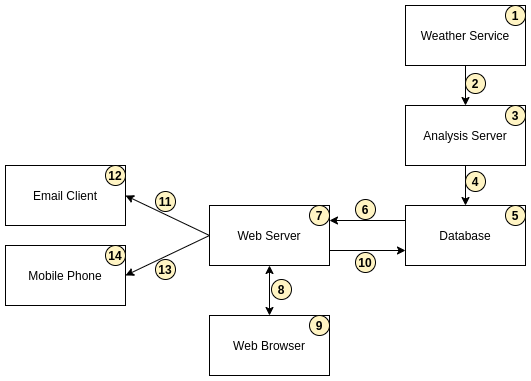
Before: docs/images/architecture_diagram.png, a diagram exported from draw.io (Biosystems-Analytics-Lab/shellcast). Source tidied: cells renumbered, new cells last; positions are measured from the earlier drawing's top-left corner, leaving out a move shared by most shapes.
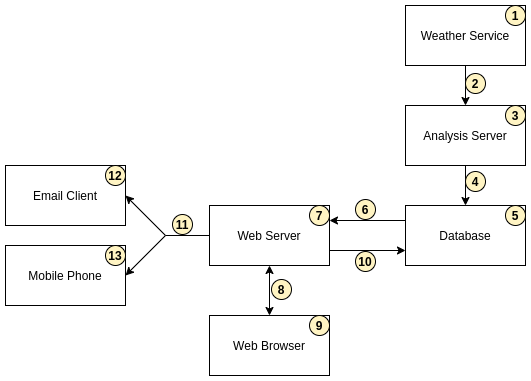
The same file after the commit.

Commit message:
Update architecture diagram

What changed in the source:
```diff
@@ -38,11 +38,15 @@
     <mxCell id="13" style="endArrow=classic;startArrow=classic;html=1;exitX=0.5;exitY=0;exitDx=0;exitDy=0;entryX=0.5;entryY=1;entryDx=0;entryDy=0;" parent="1" edge="1" source="2" target="3">
       <mxGeometry relative="1" as="geometry" />
     </mxCell>
-    <mxCell id="14" style="endArrow=classic;html=1;entryX=1;entryY=0.5;entryDx=0;entryDy=0;exitX=0;exitY=0.5;exitDx=0;exitDy=0;" parent="1" edge="1" source="3" target="7">
-      <mxGeometry relative="1" as="geometry" />
+    <mxCell id="14" style="endArrow=classic;html=1;entryX=1;entryY=0.5;entryDx=0;entryDy=0;" parent="1" edge="1" target="7">
+      <mxGeometry relative="1" as="geometry">
+        <mxPoint x="160" y="230" as="sourcePoint" />
+      </mxGeometry>
     </mxCell>
-    <mxCell id="15" style="endArrow=classic;html=1;entryX=1;entryY=0.5;entryDx=0;entryDy=0;exitX=0;exitY=0.5;exitDx=0;exitDy=0;" parent="1" edge="1" source="3" target="8">
-      <mxGeometry relative="1" as="geometry" />
+    <mxCell id="15" style="endArrow=classic;html=1;entryX=1;entryY=0.5;entryDx=0;entryDy=0;" parent="1" edge="1" target="8">
+      <mxGeometry relative="1" as="geometry">
+        <mxPoint x="160" y="230" as="sourcePoint" />
+      </mxGeometry>
     </mxCell>
     <mxCell id="16" value="&lt;b&gt;1&lt;/b&gt;" style="ellipse;whiteSpace=wrap;html=1;fillColor=#FFF4C3;align=center;" parent="1" vertex="1">
       <mxGeometry x="500" width="20" height="20" as="geometry" />
@@ -63,7 +67,7 @@
       <mxGeometry x="350" y="194" width="20" height="20" as="geometry" />
     </mxCell>
     <mxCell id="22" value="&lt;b&gt;10&lt;/b&gt;" style="ellipse;whiteSpace=wrap;html=1;fillColor=#FFF4C3;align=center;" parent="1" vertex="1">
-      <mxGeometry x="350" y="247" width="20" height="20" as="geometry" />
+      <mxGeometry x="350" y="246" width="20" height="20" as="geometry" />
     </mxCell>
     <mxCell id="23" value="&lt;b&gt;7&lt;/b&gt;" style="ellipse;whiteSpace=wrap;html=1;fillColor=#FFF4C3;align=center;" parent="1" vertex="1">
       <mxGeometry x="304" y="200" width="20" height="20" as="geometry" />
@@ -75,16 +79,18 @@
       <mxGeometry x="304" y="310" width="20" height="20" as="geometry" />
     </mxCell>
     <mxCell id="26" value="&lt;b&gt;11&lt;/b&gt;" style="ellipse;whiteSpace=wrap;html=1;fillColor=#FFF4C3;align=center;" parent="1" vertex="1">
-      <mxGeometry x="150" y="186" width="20" height="20" as="geometry" />
+      <mxGeometry x="167" y="209" width="20" height="20" as="geometry" />
     </mxCell>
-    <mxCell id="27" value="&lt;b&gt;13&lt;/b&gt;" style="ellipse;whiteSpace=wrap;html=1;fillColor=#FFF4C3;align=center;" parent="1" vertex="1">
-      <mxGeometry x="150" y="254" width="20" height="20" as="geometry" />
-    </mxCell>
     <mxCell id="28" value="&lt;b&gt;12&lt;/b&gt;" style="ellipse;whiteSpace=wrap;html=1;fillColor=#FFF4C3;align=center;" parent="1" vertex="1">
       <mxGeometry x="100" y="160" width="20" height="20" as="geometry" />
     </mxCell>
-    <mxCell id="29" value="&lt;b&gt;14&lt;/b&gt;" style="ellipse;whiteSpace=wrap;html=1;fillColor=#FFF4C3;align=center;" parent="1" vertex="1">
+    <mxCell id="29" value="&lt;b&gt;13&lt;/b&gt;" style="ellipse;whiteSpace=wrap;html=1;fillColor=#FFF4C3;align=center;" parent="1" vertex="1">
       <mxGeometry x="100" y="240" width="20" height="20" as="geometry" />
     </mxCell>
+    <mxCell id="30" style="endArrow=none;html=1;exitX=0;exitY=0.5;exitDx=0;exitDy=0;" parent="1" edge="1" source="3">
+      <mxGeometry relative="1" as="geometry">
+        <mxPoint x="160" y="230" as="targetPoint" />
+      </mxGeometry>
+    </mxCell>
   </root>
 </mxGraphModel>
```
